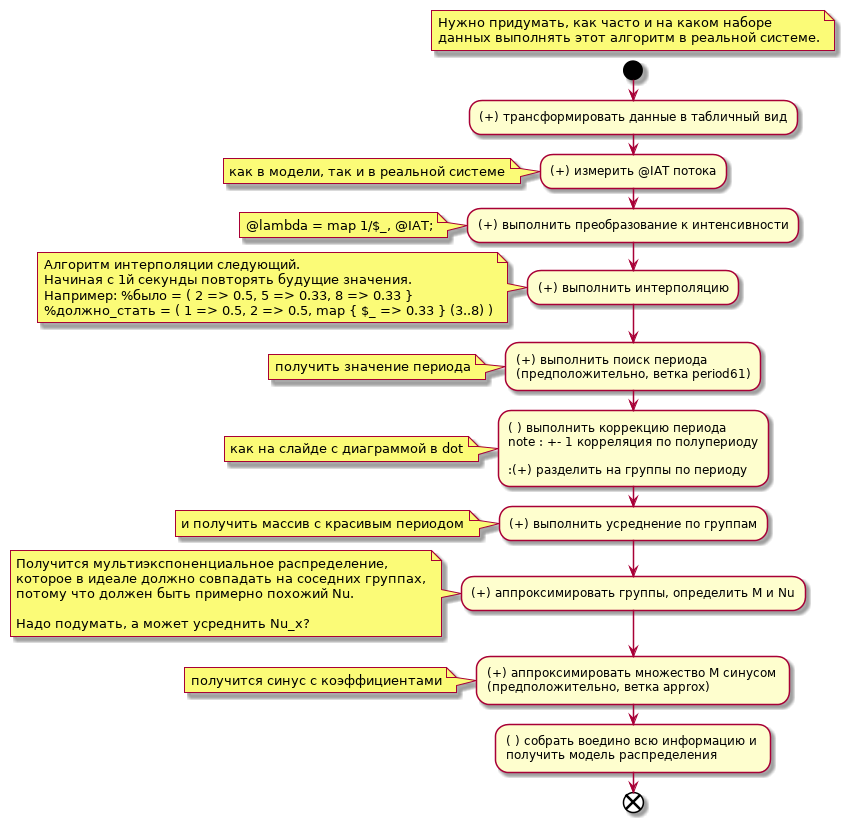
Before: arch/approx_algo.png, a diagram exported from PlantUML (zhmylove/caler).
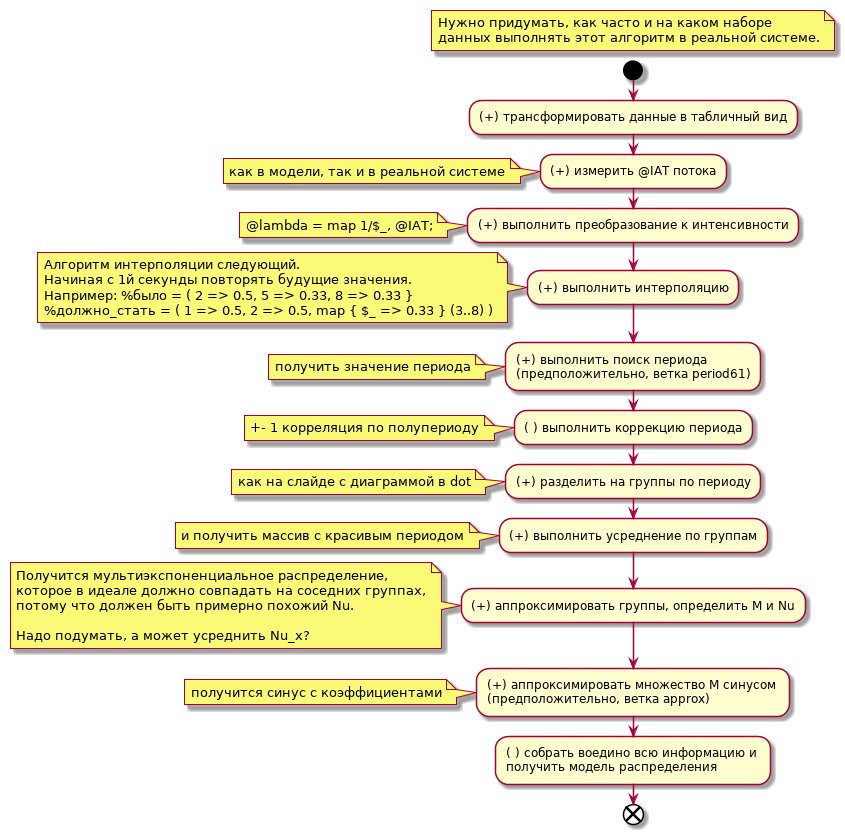
After the commit.

The edit, as a diff of the source:
```diff
@@ -26,7 +26,7 @@
 :(+) выполнить поиск периода \n(предположительно, ветка period61);
 note : получить значение периода
 
-:( ) выполнить коррекцию периода
+:( ) выполнить коррекцию периода;
 note : +- 1 корреляция по полупериоду
 
 :(+) разделить на группы по периоду;
```
